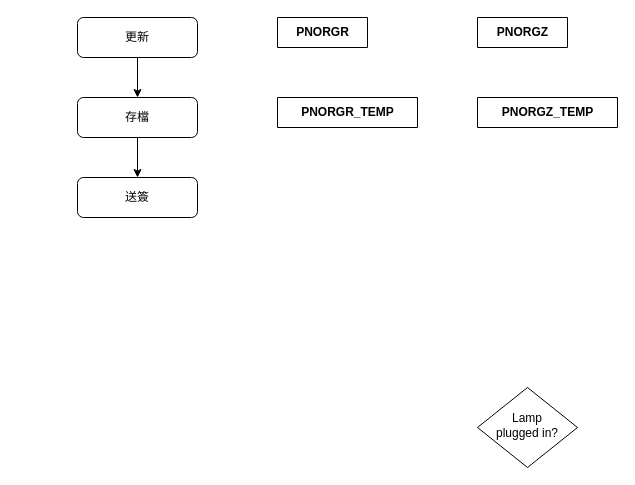
This is activity/廠外教育訓練資料維護(CQJJM610).drawio from Pan-A321/FH_Drawing, a draw.io file, before an edit. Source tidied: cells renumbered, new cells numbered last; positions are measured from the earlier drawing's top-left corner, leaving out a move shared by most shapes. Both pictures are drawn from the tidied source at 100%, with x=0, y=0 at pixel (77, 17).
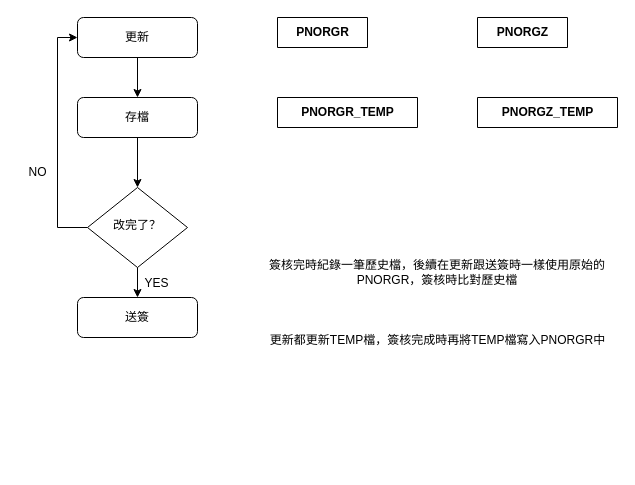
After the change.

Commit message (it also covers changes not shown here):
更新廠外教育訓練資料維護(CQJJM610).drawio

Change to the diagram source:
```diff
@@
 <mxGraphModel>
   <root>
     <mxCell id="0" />
     <mxCell id="1" parent="0" />
     <mxCell id="2" style="edgeStyle=orthogonalEdgeStyle;rounded=0;jettySize=auto;html=1;" parent="1" edge="1" source="3" target="6">
       <mxGeometry relative="1" as="geometry" />
     </mxCell>
     <mxCell id="3" value="更新" style="rounded=1;whiteSpace=wrap;html=1;fontSize=12;glass=0;strokeWidth=1;shadow=0;" parent="1" vertex="1">
       <mxGeometry width="120" height="40" as="geometry" />
     </mxCell>
+    <mxCell id="12" style="edgeStyle=orthogonalEdgeStyle;rounded=0;jettySize=auto;html=1;" parent="1" edge="1" source="4" target="3">
+      <mxGeometry relative="1" as="geometry">
+        <Array as="points">
+          <mxPoint x="-20" y="210" />
+          <mxPoint x="-20" y="20" />
+        </Array>
+      </mxGeometry>
+    </mxCell>
-    <mxCell id="4" value="Lamp&lt;br&gt;plugged in?" style="rhombus;whiteSpace=wrap;html=1;shadow=0;fontFamily=Helvetica;fontSize=12;align=center;strokeWidth=1;spacing=6;spacingTop=-4;" parent="1" vertex="1">
-      <mxGeometry x="400" y="370" width="100" height="80" as="geometry" />
+    <mxCell id="4" value="改完了？" style="rhombus;whiteSpace=wrap;html=1;shadow=0;fontFamily=Helvetica;fontSize=12;align=center;strokeWidth=1;spacing=6;spacingTop=-4;" parent="1" vertex="1">
+      <mxGeometry x="10" y="170" width="100" height="80" as="geometry" />
     </mxCell>
-    <mxCell id="5" style="edgeStyle=orthogonalEdgeStyle;rounded=0;jettySize=auto;html=1;" parent="1" edge="1" source="6" target="7">
-      <mxGeometry relative="1" as="geometry" />
-    </mxCell>
+    <mxCell id="13" style="edgeStyle=orthogonalEdgeStyle;rounded=0;jettySize=auto;html=1;entryX=0.5;entryY=0;entryDx=0;entryDy=0;" parent="1" edge="1" source="6" target="4">
+      <mxGeometry relative="1" as="geometry" />
+    </mxCell>
     <mxCell id="6" value="存檔" style="rounded=1;whiteSpace=wrap;html=1;fontSize=12;glass=0;strokeWidth=1;shadow=0;" parent="1" vertex="1">
       <mxGeometry y="80" width="120" height="40" as="geometry" />
     </mxCell>
     <mxCell id="7" value="送簽" style="rounded=1;whiteSpace=wrap;html=1;fontSize=12;glass=0;strokeWidth=1;shadow=0;" parent="1" vertex="1">
-      <mxGeometry y="160" width="120" height="40" as="geometry" />
+      <mxGeometry y="280" width="120" height="40" as="geometry" />
     </mxCell>
     <mxCell id="8" value="PNORGR" style="shape=table;startSize=30;childLayout=tableLayout;rowLines=0;fontStyle=1;align=center;html=1;" parent="1" vertex="1" collapsed="1">
       <mxGeometry x="200" width="90" height="30" as="geometry" />
     </mxCell>
     <mxCell id="9" value="PNORGZ" style="shape=table;startSize=30;childLayout=tableLayout;rowLines=0;fontStyle=1;align=center;html=1;" parent="1" vertex="1" collapsed="1">
       <mxGeometry x="400" width="90" height="30" as="geometry" />
     </mxCell>
     <mxCell id="10" value="PNORGR_TEMP" style="shape=table;startSize=30;childLayout=tableLayout;rowLines=0;fontStyle=1;align=center;html=1;" parent="1" vertex="1" collapsed="1">
       <mxGeometry x="200" y="80" width="140" height="30" as="geometry" />
     </mxCell>
     <mxCell id="11" value="PNORGZ&lt;span style=&quot;background-color: initial;&quot;&gt;_TEMP&lt;/span&gt;" style="shape=table;startSize=30;childLayout=tableLayout;rowLines=0;fontStyle=1;align=center;html=1;" parent="1" vertex="1" collapsed="1">
       <mxGeometry x="400" y="80" width="140" height="30" as="geometry" />
     </mxCell>
+    <mxCell id="14" value="簽核完時紀錄一筆歷史檔，後續在更新跟送簽時一樣使用原始的PNORGR，簽核時比對歷史檔" style="text;html=1;align=center;verticalAlign=middle;whiteSpace=wrap;rounded=0;" parent="1" vertex="1">
+      <mxGeometry x="190" y="240" width="340" height="30" as="geometry" />
+    </mxCell>
+    <mxCell id="15" value="更新都更新TEMP檔，簽核完成時再將TEMP檔寫入PNORGR中" style="text;html=1;align=center;verticalAlign=middle;strokeColor=none;fillColor=none;" parent="1" vertex="1">
+      <mxGeometry x="180" y="308" width="360" height="30" as="geometry" />
+    </mxCell>
+    <mxCell id="16" style="edgeStyle=orthogonalEdgeStyle;rounded=0;jettySize=auto;html=1;" parent="1" edge="1" source="4" target="7">
+      <mxGeometry relative="1" as="geometry" />
+    </mxCell>
+    <mxCell id="17" value="YES" style="text;html=1;align=center;verticalAlign=middle;strokeColor=none;fillColor=none;" parent="1" vertex="1">
+      <mxGeometry x="54" y="251" width="50" height="30" as="geometry" />
+    </mxCell>
+    <mxCell id="18" value="NO" style="text;html=1;align=center;verticalAlign=middle;strokeColor=none;fillColor=none;" parent="1" vertex="1">
+      <mxGeometry x="-60" y="140" width="40" height="30" as="geometry" />
+    </mxCell>
   </root>
 </mxGraphModel>
```
